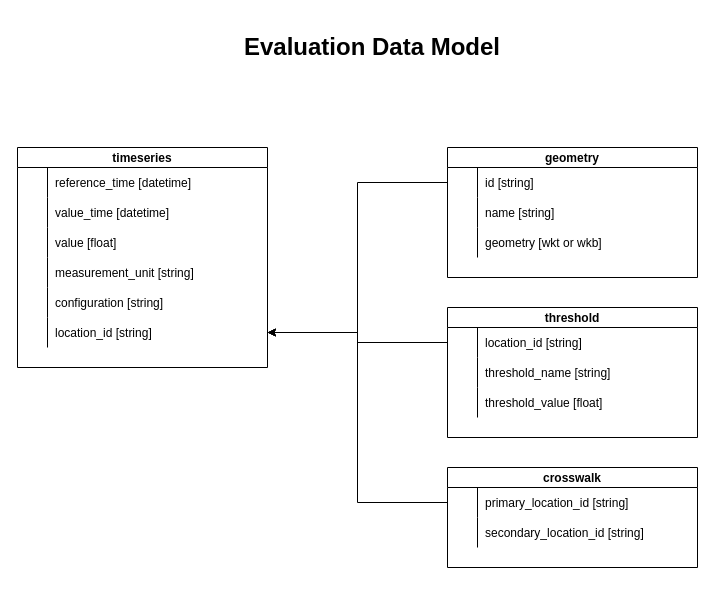
The draw.io diagram docs/drawio/data_model.drawio in RTIInternational/teehr, before the edit. Source tidied: cells renumbered, new cells numbered last; positions are measured from the earlier drawing's top-left corner, leaving out a move shared by most shapes. Both pictures are drawn from the tidied source at 100%, with x=0, y=0 at pixel (17, 27).
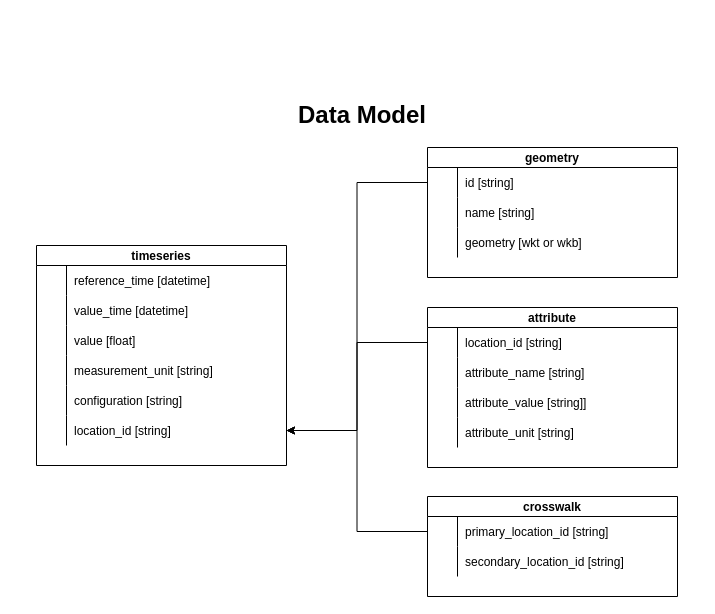
The same diagram, later.

The change refers to these unchanged cells:
```xml
<mxCell id="43" style="shape=partialRectangle;fillColor=none;top=0;left=0;right=0;bottom=0;" parent="39" vertex="1">
  <mxGeometry y="50" width="250" height="30" as="geometry" />
</mxCell>
<mxCell id="46" style="shape=partialRectangle;fillColor=none;top=0;left=0;right=0;bottom=0;" parent="39" vertex="1">
  <mxGeometry y="80" width="250" height="30" as="geometry" />
</mxCell>
```

What changed in the source:
```diff
@@
     <mxCell id="2" value="timeseries" style="shape=table;startSize=20;childLayout=tableLayout;rowLines=0;fontStyle=1;align=center;" parent="1" vertex="1">
-      <mxGeometry y="120" width="250" height="220" as="geometry" />
+      <mxGeometry x="19" y="218" width="250" height="220" as="geometry" />
     </mxCell>
@@
-    <mxCell id="21" value="&lt;h1&gt;Evaluation Data Model&lt;/h1&gt;&lt;div&gt;&lt;br&gt;&lt;/div&gt;" style="text;html=1;strokeColor=none;fillColor=none;spacing=5;spacingTop=-20;whiteSpace=wrap;overflow=hidden;rounded=0;align=center;" parent="1" vertex="1">
-      <mxGeometry x="170" width="370" height="50" as="geometry" />
+    <mxCell id="21" value="&lt;h1&gt;Data Model&lt;/h1&gt;&lt;div&gt;&lt;br&gt;&lt;/div&gt;" style="text;html=1;strokeColor=none;fillColor=none;spacing=5;spacingTop=-20;whiteSpace=wrap;overflow=hidden;rounded=0;align=center;" parent="1" vertex="1">
+      <mxGeometry x="160" y="68" width="370" height="50" as="geometry" />
     </mxCell>
     <mxCell id="22" value="crosswalk" style="shape=table;startSize=20;childLayout=tableLayout;rowLines=0;fontStyle=1;align=center;" parent="1" vertex="1">
-      <mxGeometry x="430" y="440" width="250" height="100" as="geometry" />
+      <mxGeometry x="410" y="469" width="250" height="100" as="geometry" />
     </mxCell>
@@
     <mxCell id="29" value="geometry" style="shape=table;startSize=20;childLayout=tableLayout;rowLines=0;fontStyle=1;align=center;" parent="1" vertex="1">
-      <mxGeometry x="430" y="120" width="250" height="130" as="geometry" />
+      <mxGeometry x="410" y="120" width="250" height="130" as="geometry" />
     </mxCell>
@@
-    <mxCell id="39" value="threshold" style="shape=table;startSize=20;childLayout=tableLayout;rowLines=0;fontStyle=1;align=center;" parent="1" vertex="1">
-      <mxGeometry x="430" y="280" width="250" height="130" as="geometry" />
+    <mxCell id="39" value="attribute" style="shape=table;startSize=20;childLayout=tableLayout;rowLines=0;fontStyle=1;align=center;" parent="1" vertex="1">
+      <mxGeometry x="410" y="280" width="250" height="160" as="geometry" />
     </mxCell>
@@
-    <mxCell id="45" value="threshold_name [string]" style="shape=partialRectangle;overflow=hidden;fillColor=none;top=0;left=0;bottom=0;right=0;align=left;spacingLeft=6;" parent="43" vertex="1">
+    <mxCell id="45" value="attribute_name [string]" style="shape=partialRectangle;overflow=hidden;fillColor=none;top=0;left=0;bottom=0;right=0;align=left;spacingLeft=6;" parent="43" vertex="1">
       <mxGeometry x="30" width="220" height="30" as="geometry" />
     </mxCell>
@@
-    <mxCell id="48" value="threshold_value [float]" style="shape=partialRectangle;overflow=hidden;fillColor=none;top=0;left=0;bottom=0;right=0;align=left;spacingLeft=6;" parent="46" vertex="1">
+    <mxCell id="48" value="attribute_value [string]]" style="shape=partialRectangle;overflow=hidden;fillColor=none;top=0;left=0;bottom=0;right=0;align=left;spacingLeft=6;" parent="46" vertex="1">
       <mxGeometry x="30" width="220" height="30" as="geometry" />
     </mxCell>
+    <mxCell id="52" style="shape=partialRectangle;fillColor=none;top=0;left=0;right=0;bottom=0;" parent="39" vertex="1">
+      <mxGeometry y="110" width="250" height="30" as="geometry" />
+    </mxCell>
+    <mxCell id="53" style="shape=partialRectangle;overflow=hidden;fillColor=none;top=0;left=0;bottom=0;right=0;" parent="52" vertex="1">
+      <mxGeometry width="30" height="30" as="geometry" />
+    </mxCell>
+    <mxCell id="54" value="attribute_unit [string]" style="shape=partialRectangle;overflow=hidden;fillColor=none;top=0;left=0;bottom=0;right=0;align=left;spacingLeft=6;" parent="52" vertex="1">
+      <mxGeometry x="30" width="220" height="30" as="geometry" />
+    </mxCell>
```
